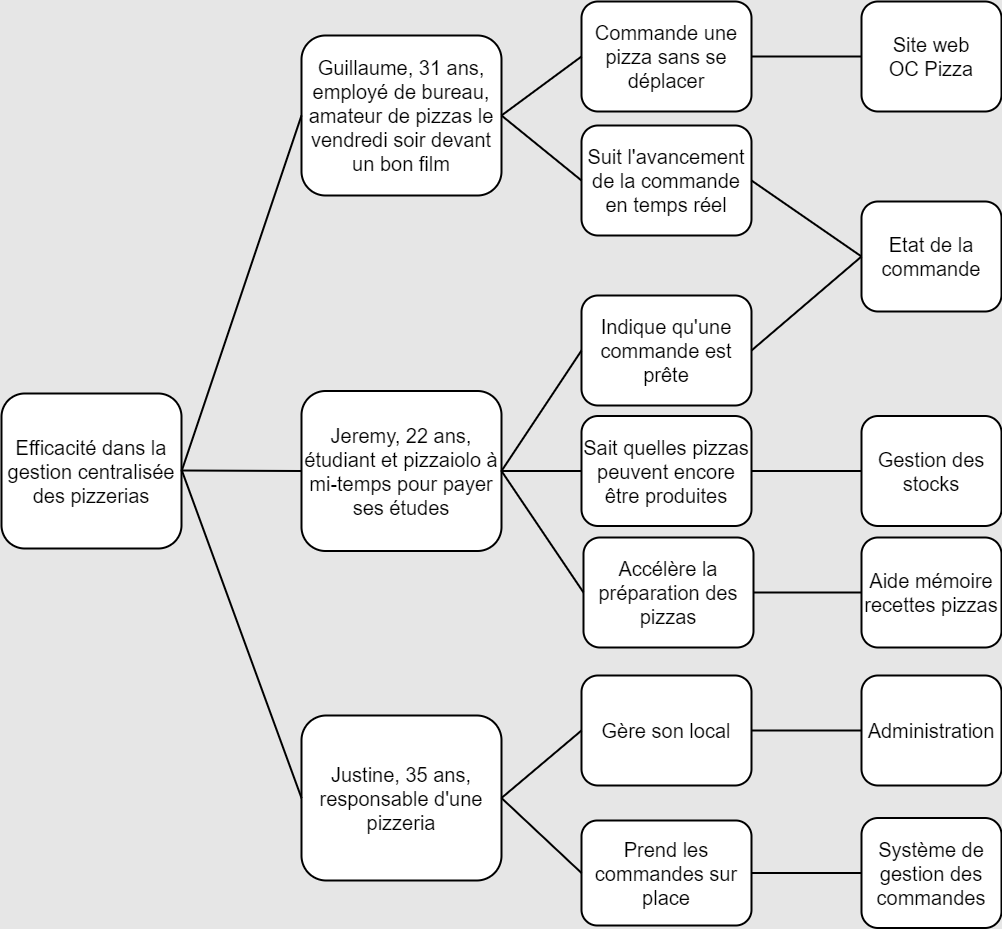
Before: diagrammes/impact mapping.png, a diagram exported from draw.io (Tony380/Projet4). Source tidied: cells renumbered, new cells last; positions are measured from the earlier drawing's top-left corner, leaving out a move shared by most shapes.
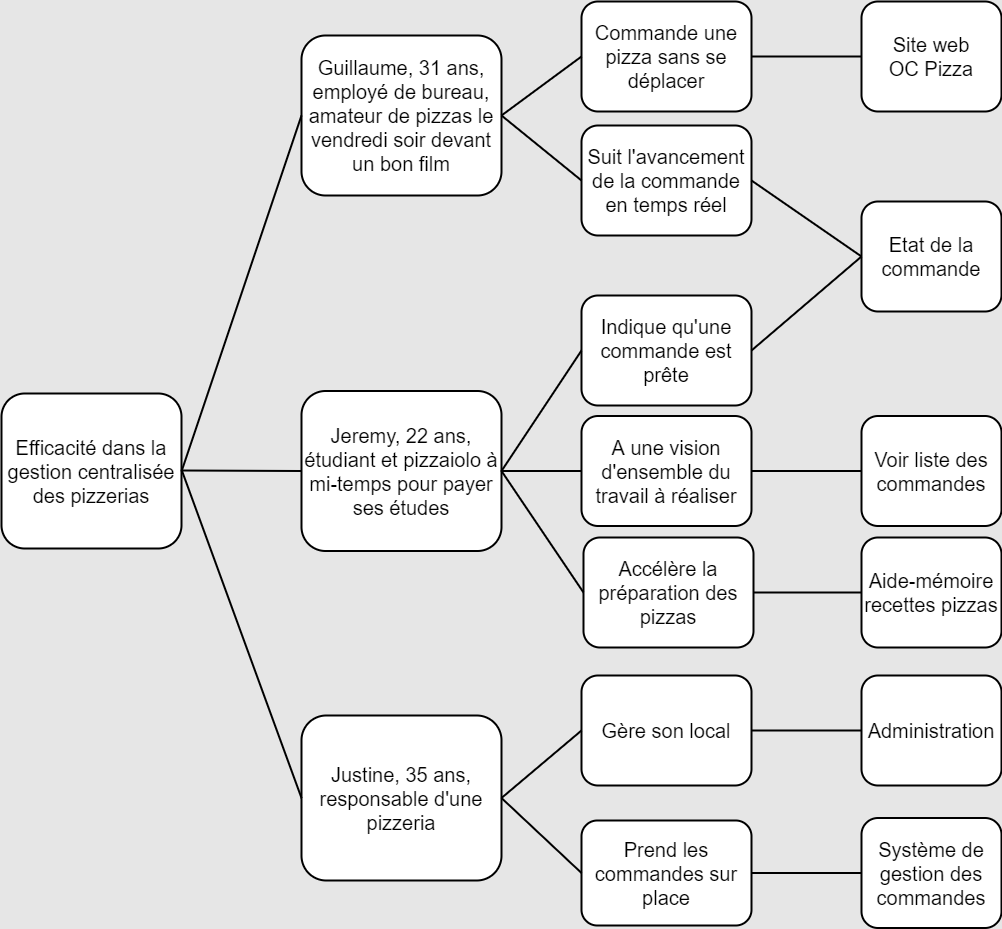
After the commit.

The edit, as a diff of the source:
```diff
@@ -35,7 +35,7 @@
     <mxCell id="10" value="&lt;font style=&quot;font-size: 20px&quot;&gt;Accélère la préparation des pizzas&lt;/font&gt;" style="rounded=1;whiteSpace=wrap;html=1;strokeWidth=2;" parent="1" vertex="1">
       <mxGeometry x="582" y="536" width="170" height="110" as="geometry" />
     </mxCell>
-    <mxCell id="11" value="&lt;font style=&quot;font-size: 20px&quot;&gt;Sait quelles pizzas peuvent encore être produites&lt;/font&gt;" style="rounded=1;whiteSpace=wrap;html=1;strokeWidth=2;" parent="1" vertex="1">
+    <mxCell id="11" value="&lt;font style=&quot;font-size: 20px&quot;&gt;A une vision d'ensemble du travail à réaliser&lt;/font&gt;" style="rounded=1;whiteSpace=wrap;html=1;strokeWidth=2;" parent="1" vertex="1">
       <mxGeometry x="580" y="414.5" width="170" height="110" as="geometry" />
     </mxCell>
     <mxCell id="12" value="&lt;font style=&quot;font-size: 20px&quot;&gt;Suit l'avancement de la commande en temps réel&lt;/font&gt;" style="rounded=1;whiteSpace=wrap;html=1;strokeWidth=2;" parent="1" vertex="1">
@@ -65,13 +65,13 @@
     <mxCell id="20" style="endArrow=none;html=1;strokeWidth=2;exitX=1;exitY=0.5;exitDx=0;exitDy=0;entryX=0;entryY=0.5;entryDx=0;entryDy=0;" parent="1" edge="1" source="10" target="21">
       <mxGeometry relative="1" as="geometry" />
     </mxCell>
-    <mxCell id="21" value="&lt;font style=&quot;font-size: 20px&quot;&gt;Aide mémoire recettes pizzas&lt;/font&gt;" style="rounded=1;whiteSpace=wrap;html=1;strokeWidth=2;" parent="1" vertex="1">
+    <mxCell id="21" value="&lt;font style=&quot;font-size: 20px&quot;&gt;Aide-mémoire recettes pizzas&lt;/font&gt;" style="rounded=1;whiteSpace=wrap;html=1;strokeWidth=2;" parent="1" vertex="1">
       <mxGeometry x="860" y="536" width="140" height="110" as="geometry" />
     </mxCell>
     <mxCell id="22" style="endArrow=none;html=1;strokeWidth=2;exitX=1;exitY=0.5;exitDx=0;exitDy=0;entryX=0;entryY=0.5;entryDx=0;entryDy=0;" parent="1" edge="1" source="4" target="11">
       <mxGeometry relative="1" as="geometry" />
     </mxCell>
-    <mxCell id="23" value="&lt;font style=&quot;font-size: 20px&quot;&gt;Gestion des stocks&lt;/font&gt;" style="rounded=1;whiteSpace=wrap;html=1;strokeWidth=2;" parent="1" vertex="1">
+    <mxCell id="23" value="&lt;font style=&quot;font-size: 20px&quot;&gt;Voir liste des commandes&lt;/font&gt;" style="rounded=1;whiteSpace=wrap;html=1;strokeWidth=2;" parent="1" vertex="1">
       <mxGeometry x="860" y="414.5" width="140" height="110" as="geometry" />
     </mxCell>
     <mxCell id="24" style="endArrow=none;html=1;strokeWidth=2;exitX=1;exitY=0.5;exitDx=0;exitDy=0;entryX=0;entryY=0.5;entryDx=0;entryDy=0;" parent="1" edge="1" source="11" target="23">
```
